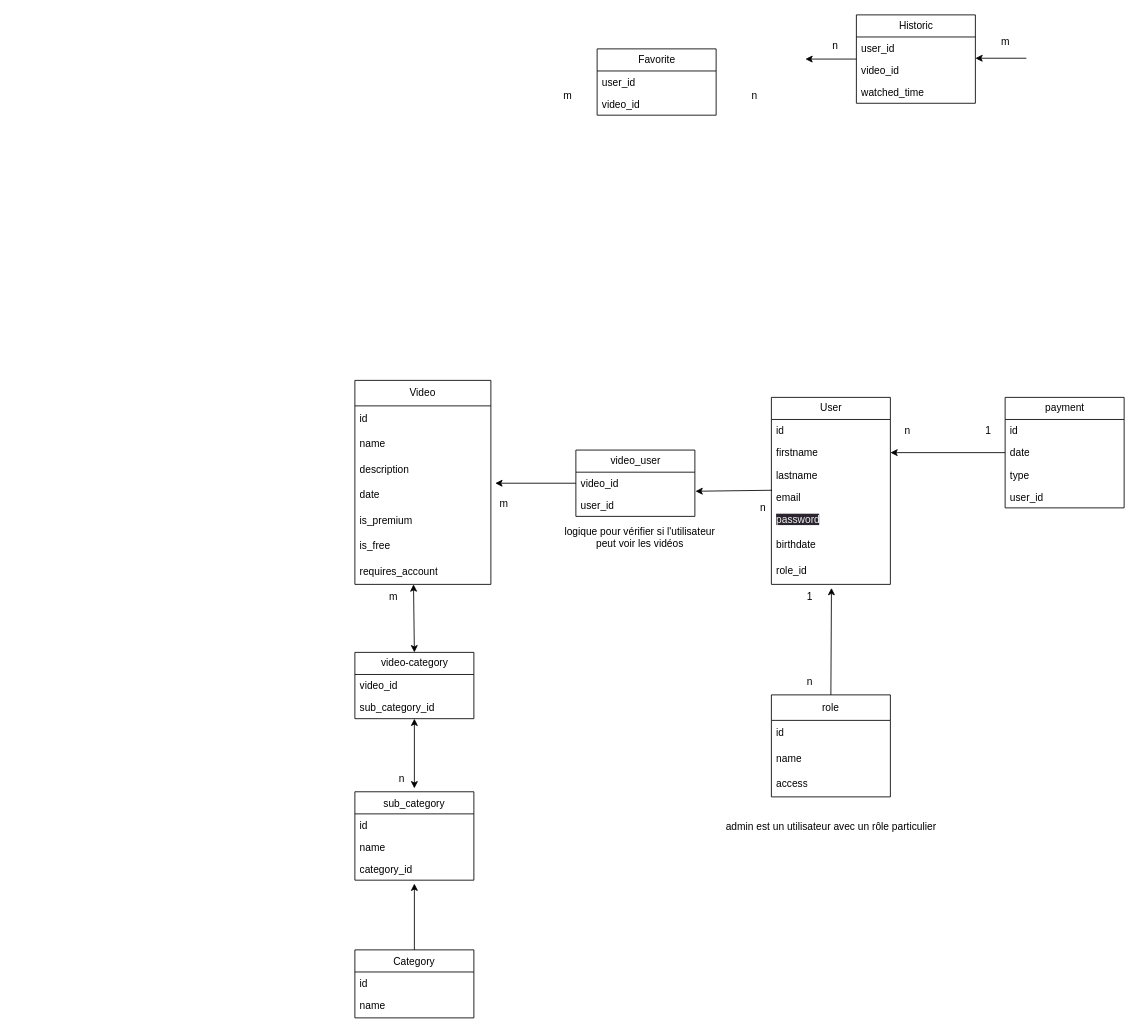
Earlier version of the draw.io diagram page "MLD" (2 of 3) of server/modélisation-BDD.dio (WildCodeSchool-2024-02/WildCodeSchool-2024-02-JS-Remote-JavaScrypte-P3-DigiCode). Source tidied: cells renumbered, new cells numbered last; positions are measured from the earlier drawing's top-left corner, leaving out a move shared by most shapes. Both pictures are drawn from the tidied source at 85%, with x=0, y=0 at pixel (354, 14).
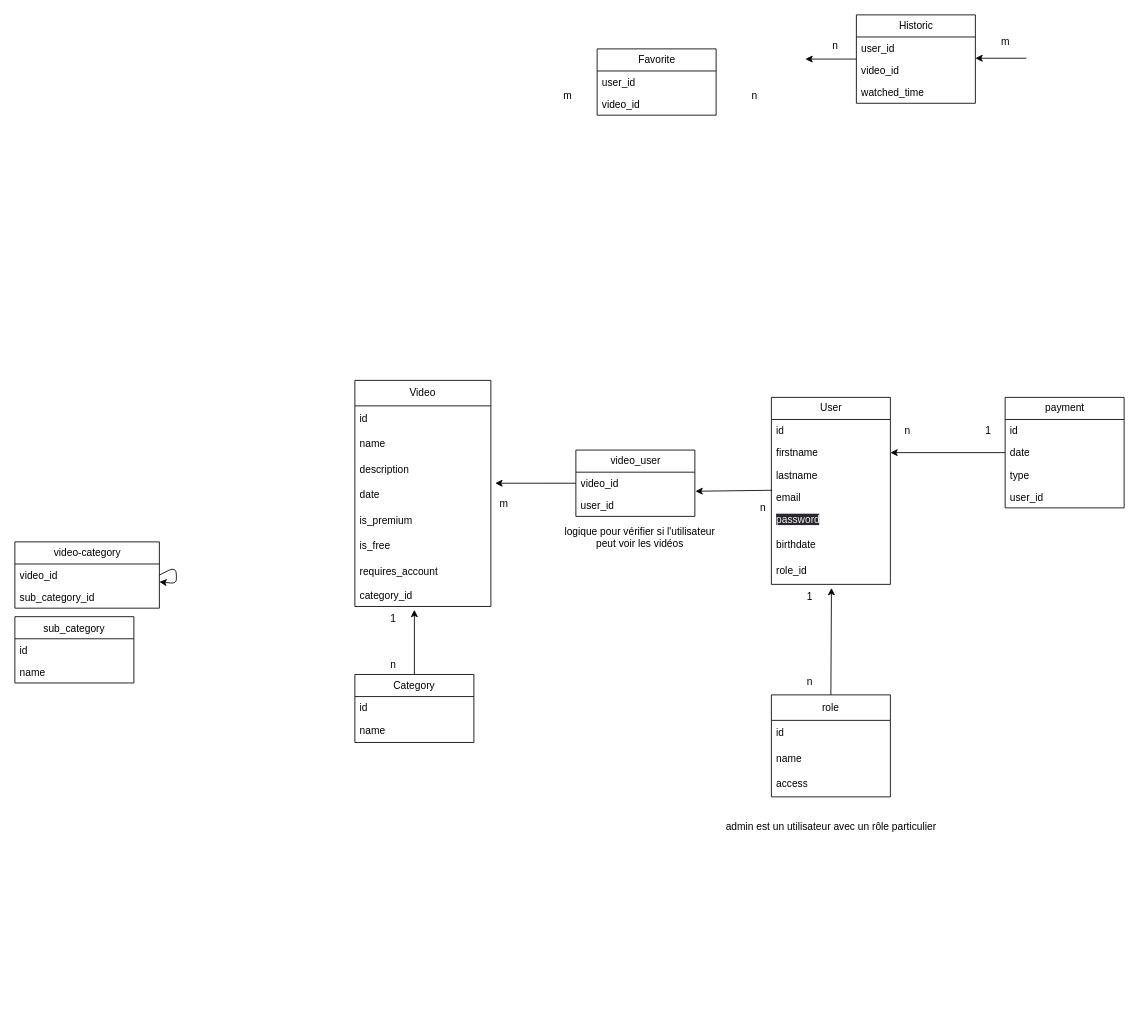
The same page after the edit.

Change to the diagram source:
```diff
@@
     <mxCell id="2" value="Video" style="swimlane;fontStyle=0;horizontal=1;startSize=30;whiteSpace=wrap;html=1;" parent="1" vertex="1">
-      <mxGeometry y="430" width="160" height="240" as="geometry" />
+      <mxGeometry y="430" width="160" height="266" as="geometry" />
     </mxCell>
@@
+    <mxCell id="69" value="category_id" style="text;strokeColor=none;fillColor=none;align=left;verticalAlign=top;spacingLeft=4;spacingRight=4;overflow=hidden;points=[[0,0.5],[1,0.5]];portConstraint=eastwest;" parent="2" vertex="1">
+      <mxGeometry y="240" width="160" height="26" as="geometry" />
+    </mxCell>
@@
-    <mxCell id="19" style="edgeStyle=none;html=1;entryX=0.5;entryY=1.154;entryDx=0;entryDy=0;entryPerimeter=0;" parent="1" edge="1" source="20" target="69">
-      <mxGeometry relative="1" as="geometry" />
+    <mxCell id="19" style="edgeStyle=none;html=1;" parent="1" edge="1" source="20">
+      <mxGeometry relative="1" as="geometry">
+        <mxPoint x="70" y="700" as="targetPoint" />
+      </mxGeometry>
     </mxCell>
     <mxCell id="20" value="Category" style="swimlane;fontStyle=0;horizontal=1;startSize=26;fillColor=none;" parent="1" vertex="1">
-      <mxGeometry y="1100" width="140" height="80" as="geometry" />
+      <mxGeometry y="776" width="140" height="80" as="geometry" />
     </mxCell>
@@
     <mxCell id="27" value="n" style="text;html=1;align=center;verticalAlign=middle;strokeColor=none;fillColor=none;" parent="1" vertex="1">
-      <mxGeometry x="40" y="884" width="30" height="30" as="geometry" />
+      <mxGeometry x="30" y="750" width="30" height="30" as="geometry" />
     </mxCell>
@@
-    <mxCell id="36" value="m" style="text;html=1;align=center;verticalAlign=middle;strokeColor=none;fillColor=none;" parent="1" vertex="1">
-      <mxGeometry x="30" y="670" width="30" height="30" as="geometry" />
+    <mxCell id="36" value="1" style="text;html=1;align=center;verticalAlign=middle;strokeColor=none;fillColor=none;" parent="1" vertex="1">
+      <mxGeometry x="30" y="696" width="30" height="30" as="geometry" />
     </mxCell>
     <mxCell id="37" value="video-category" style="swimlane;fontStyle=0;horizontal=1;startSize=26;fillColor=none;html=1;" parent="1" vertex="1">
-      <mxGeometry y="750" width="140" height="78" as="geometry" />
+      <mxGeometry x="-400" y="620" width="170" height="78" as="geometry" />
     </mxCell>
     <mxCell id="38" value="video_id" style="text;strokeColor=none;fillColor=none;align=left;verticalAlign=top;spacingLeft=4;spacingRight=4;overflow=hidden;points=[[0,0.5],[1,0.5]];portConstraint=eastwest;whiteSpace=wrap;html=1;" parent="37" vertex="1">
-      <mxGeometry y="26" width="140" height="26" as="geometry" />
+      <mxGeometry y="26" width="170" height="26" as="geometry" />
     </mxCell>
     <mxCell id="39" value="sub_category_id" style="text;strokeColor=none;fillColor=none;align=left;verticalAlign=top;spacingLeft=4;spacingRight=4;overflow=hidden;whiteSpace=wrap;html=1;" parent="37" vertex="1">
-      <mxGeometry y="52" width="140" height="26" as="geometry" />
+      <mxGeometry y="52" width="170" height="26" as="geometry" />
     </mxCell>
-    <mxCell id="40" style="endArrow=classic;startArrow=classic;html=1;exitX=0.5;exitY=0;exitDx=0;exitDy=0;" parent="1" edge="1" source="37">
-      <mxGeometry relative="1" as="geometry">
-        <mxPoint x="69" y="670" as="targetPoint" />
-      </mxGeometry>
-    </mxCell>
-    <mxCell id="41" style="endArrow=classic;startArrow=classic;html=1;entryX=0.5;entryY=1;entryDx=0;entryDy=0;" parent="1" edge="1" target="37">
-      <mxGeometry relative="1" as="geometry">
-        <mxPoint x="70" y="910" as="sourcePoint" />
-      </mxGeometry>
-    </mxCell>
+    <mxCell id="70" style="edgeStyle=none;html=1;exitX=1;exitY=0.5;exitDx=0;exitDy=0;" parent="37" edge="1" source="38" target="38">
+      <mxGeometry relative="1" as="geometry" />
+    </mxCell>
@@
     <mxCell id="66" value="sub_category" style="swimlane;fontStyle=0;horizontal=1;startSize=26;fillColor=none;" parent="1" vertex="1">
-      <mxGeometry y="914" width="140" height="104" as="geometry" />
+      <mxGeometry x="-400" y="708" width="140" height="78" as="geometry" />
     </mxCell>
@@
-    <mxCell id="69" value="category_id" style="text;strokeColor=none;fillColor=none;align=left;verticalAlign=top;spacingLeft=4;spacingRight=4;overflow=hidden;points=[[0,0.5],[1,0.5]];portConstraint=eastwest;" parent="66" vertex="1">
-      <mxGeometry y="78" width="140" height="26" as="geometry" />
-    </mxCell>
```
